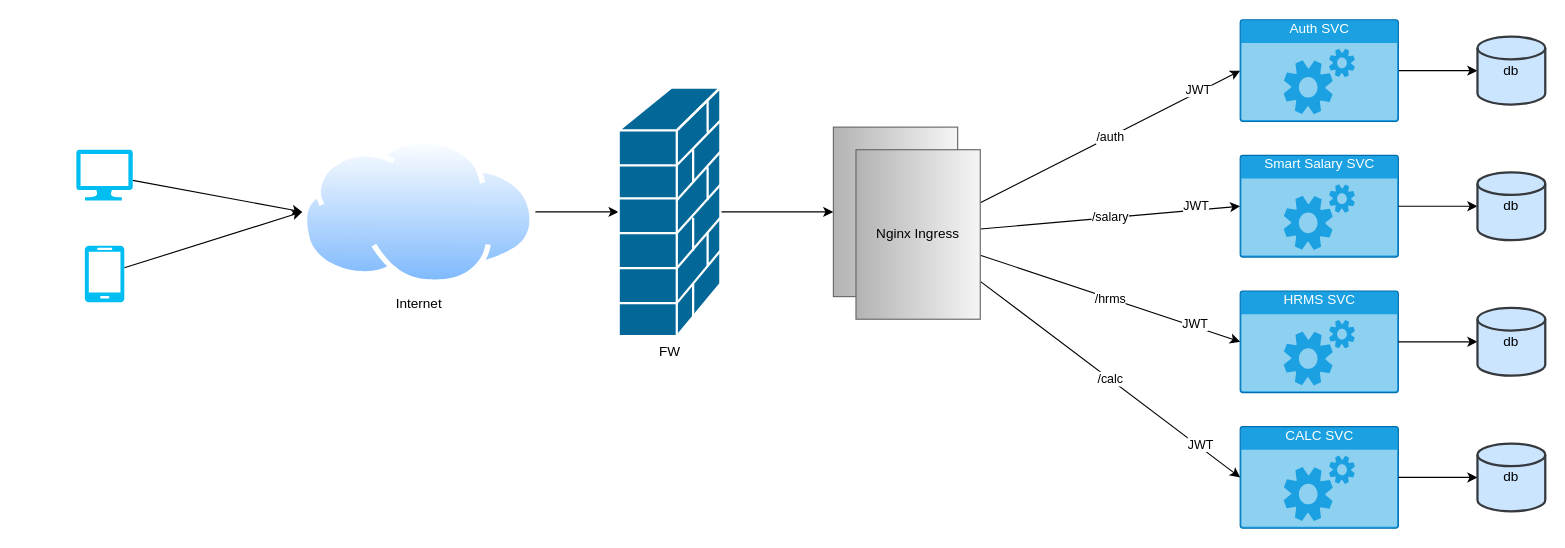
Before: smart-salary-arch-0.0.1.drawio in rexlin600/diagrams, a draw.io diagram. Source tidied: cells renumbered, new cells numbered last; positions are measured from the earlier drawing's top-left corner, leaving out a move shared by most shapes. Both pictures are drawn from the tidied source at 113%, with x=0, y=0 at pixel (76, 19).
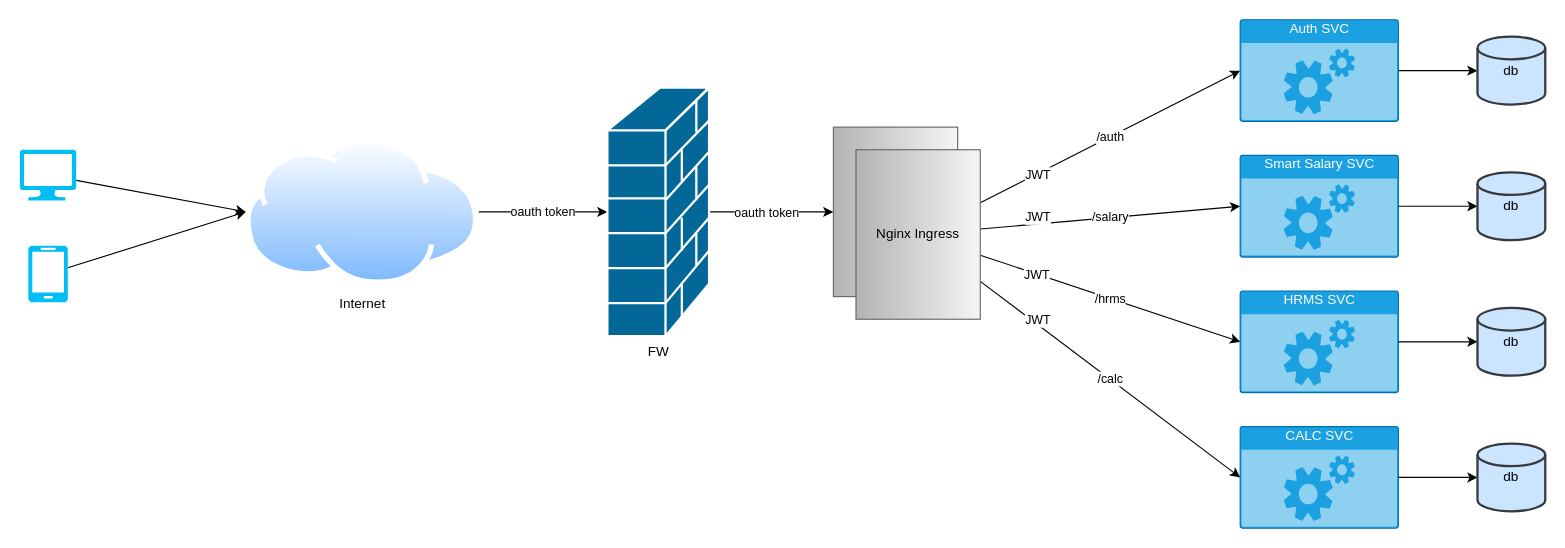
The same diagram, later.

The change refers to these unchanged cells:
```xml
<mxCell id="8" style="edgeStyle=none;rounded=0;jettySize=auto;html=1;exitX=1;exitY=0.5;exitDx=0;exitDy=0;exitPerimeter=0;entryX=0.5;entryY=1;entryDx=0;entryDy=0;" parent="1" edge="1" source="9" target="17">
  <mxGeometry relative="1" as="geometry" />
</mxCell>
<mxCell id="18" value="/auth" style="edgeStyle=none;rounded=0;jettySize=auto;html=1;entryX=0;entryY=0.5;entryDx=0;entryDy=0;entryPerimeter=0;" parent="1" edge="1" source="26" target="14">
  <mxGeometry relative="1" as="geometry" />
</mxCell>
<mxCell id="20" value="/salary" style="edgeStyle=none;rounded=0;jettySize=auto;html=1;entryX=0;entryY=0.5;entryDx=0;entryDy=0;entryPerimeter=0;" parent="1" edge="1" source="26" target="12">
  <mxGeometry relative="1" as="geometry" />
</mxCell>
<mxCell id="22" value="/hrms" style="edgeStyle=none;rounded=0;jettySize=auto;html=1;entryX=0;entryY=0.5;entryDx=0;entryDy=0;entryPerimeter=0;" parent="1" edge="1" source="26" target="11">
  <mxGeometry relative="1" as="geometry" />
</mxCell>
<mxCell id="24" value="/calc" style="edgeStyle=none;rounded=0;jettySize=auto;html=1;entryX=0;entryY=0.5;entryDx=0;entryDy=0;entryPerimeter=0;" parent="1" edge="1" source="26" target="10">
  <mxGeometry relative="1" as="geometry" />
</mxCell>
```

Change to the diagram source:
```diff
@@
     <mxCell id="3" style="verticalLabelPosition=bottom;html=1;verticalAlign=top;align=center;strokeColor=none;fillColor=#00BEF2;shape=mxgraph.azure.computer;" parent="1" vertex="1">
-      <mxGeometry y="115" width="50" height="45" as="geometry" />
+      <mxGeometry x="-50" y="115" width="50" height="45" as="geometry" />
     </mxCell>
@@
     <mxCell id="5" style="verticalLabelPosition=bottom;html=1;verticalAlign=top;align=center;strokeColor=none;fillColor=#00BEF2;shape=mxgraph.azure.mobile;" parent="1" vertex="1">
-      <mxGeometry x="7.5" y="200" width="35" height="50" as="geometry" />
+      <mxGeometry x="-42.5" y="200" width="35" height="50" as="geometry" />
     </mxCell>
-    <mxCell id="6" style="edgeStyle=orthogonalEdgeStyle;rounded=0;jettySize=auto;html=1;entryX=0;entryY=0.5;entryDx=0;entryDy=0;entryPerimeter=0;" parent="1" edge="1" source="7" target="9">
+    <mxCell id="6" value="oauth token" style="edgeStyle=orthogonalEdgeStyle;rounded=0;jettySize=auto;html=1;entryX=0;entryY=0.5;entryDx=0;entryDy=0;entryPerimeter=0;" parent="1" edge="1" source="7" target="9">
       <mxGeometry relative="1" as="geometry" />
     </mxCell>
     <mxCell id="7" value="Internet" style="perimeter=ellipsePerimeter;html=1;align=center;shadow=0;dashed=0;spacingTop=3;image;image=img/lib/active_directory/internet_cloud.svg;" parent="1" vertex="1">
-      <mxGeometry x="200" y="105" width="206.3" height="130" as="geometry" />
+      <mxGeometry x="150" y="105" width="206.3" height="130" as="geometry" />
     </mxCell>
@@
+    <mxCell id="33" value="oauth token" style="edgeLabel;html=1;align=center;verticalAlign=middle;" parent="8" vertex="1">
+      <mxGeometry x="-0.47" y="-2" relative="1" as="geometry">
+        <mxPoint x="21" y="-2" as="offset" />
+      </mxGeometry>
+    </mxCell>
     <mxCell id="9" value="FW" style="shape=mxgraph.cisco.security.firewall;html=1;dashed=0;fillColor=#036897;strokeColor=#ffffff;strokeWidth=2;verticalLabelPosition=bottom;verticalAlign=top;align=center;outlineConnect=0;" parent="1" vertex="1">
-      <mxGeometry x="480" y="60" width="90" height="220" as="geometry" />
+      <mxGeometry x="470" y="60" width="90" height="220" as="geometry" />
     </mxCell>
@@
     <mxCell id="19" value="JWT" style="edgeLabel;html=1;align=center;verticalAlign=middle;" parent="18" vertex="1">
-      <mxGeometry x="0.68" y="2" relative="1" as="geometry" />
+      <mxGeometry x="0.68" y="2" relative="1" as="geometry">
+        <mxPoint x="-142" y="75" as="offset" />
+      </mxGeometry>
     </mxCell>
@@
     <mxCell id="21" value="JWT" style="edgeLabel;html=1;align=center;verticalAlign=middle;" parent="20" vertex="1">
       <mxGeometry x="0.63" y="3" relative="1" as="geometry">
-        <mxPoint x="3" y="-1" as="offset" />
+        <mxPoint x="-137" y="9" as="offset" />
       </mxGeometry>
     </mxCell>
@@
     <mxCell id="23" value="JWT" style="edgeLabel;html=1;align=center;verticalAlign=middle;" parent="22" vertex="1">
-      <mxGeometry x="0.64" y="3" relative="1" as="geometry" />
+      <mxGeometry x="0.64" y="3" relative="1" as="geometry">
+        <mxPoint x="-140" y="-43" as="offset" />
+      </mxGeometry>
     </mxCell>
@@
     <mxCell id="25" value="JWT" style="edgeLabel;html=1;align=center;verticalAlign=middle;" parent="24" vertex="1">
       <mxGeometry x="0.67" y="4" relative="1" as="geometry">
-        <mxPoint y="2" as="offset" />
+        <mxPoint x="-144" y="-108" as="offset" />
       </mxGeometry>
     </mxCell>
```
